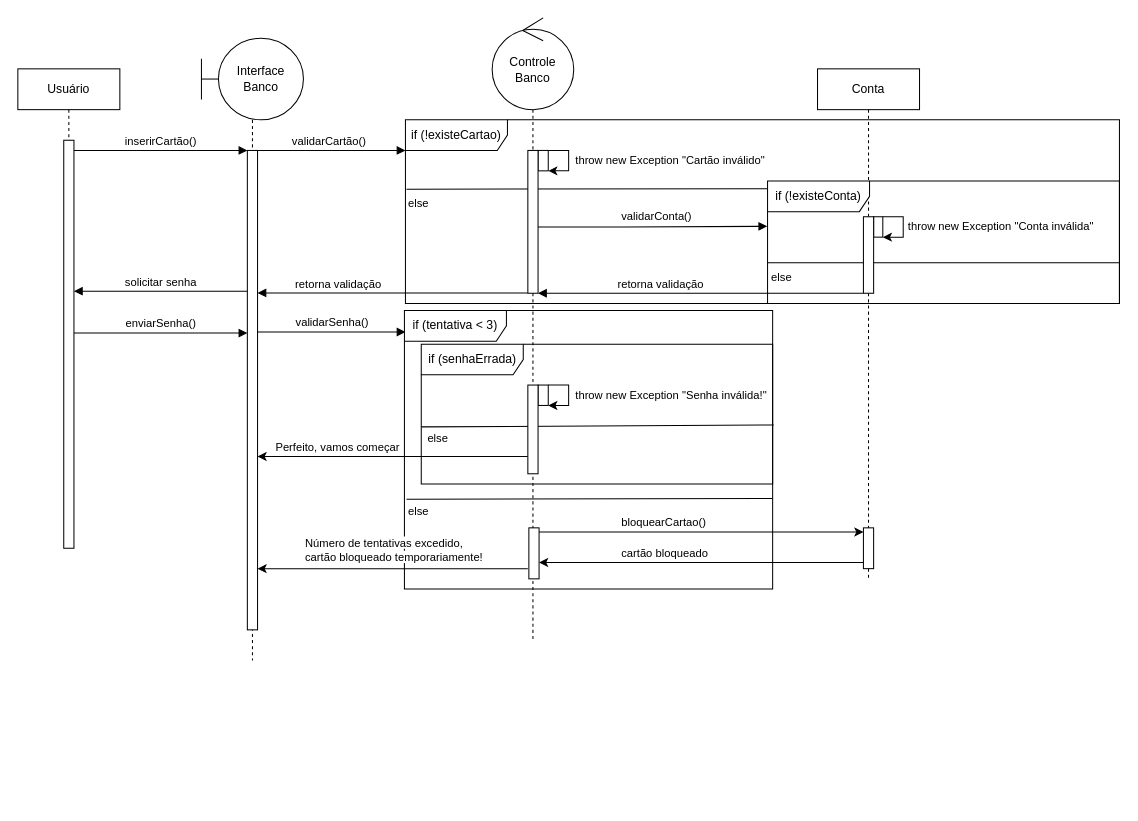
Earlier version of the draw.io diagram Analise de Sistemas/UML/Exercício diagrama de sequência.drawio (Sant-Thiago/Estudos). Source tidied: cells renumbered, new cells numbered last; positions are measured from the earlier drawing's top-left corner, leaving out a move shared by most shapes. Both pictures are drawn from the tidied source at 102%, with x=0, y=0 at pixel (17, 17).
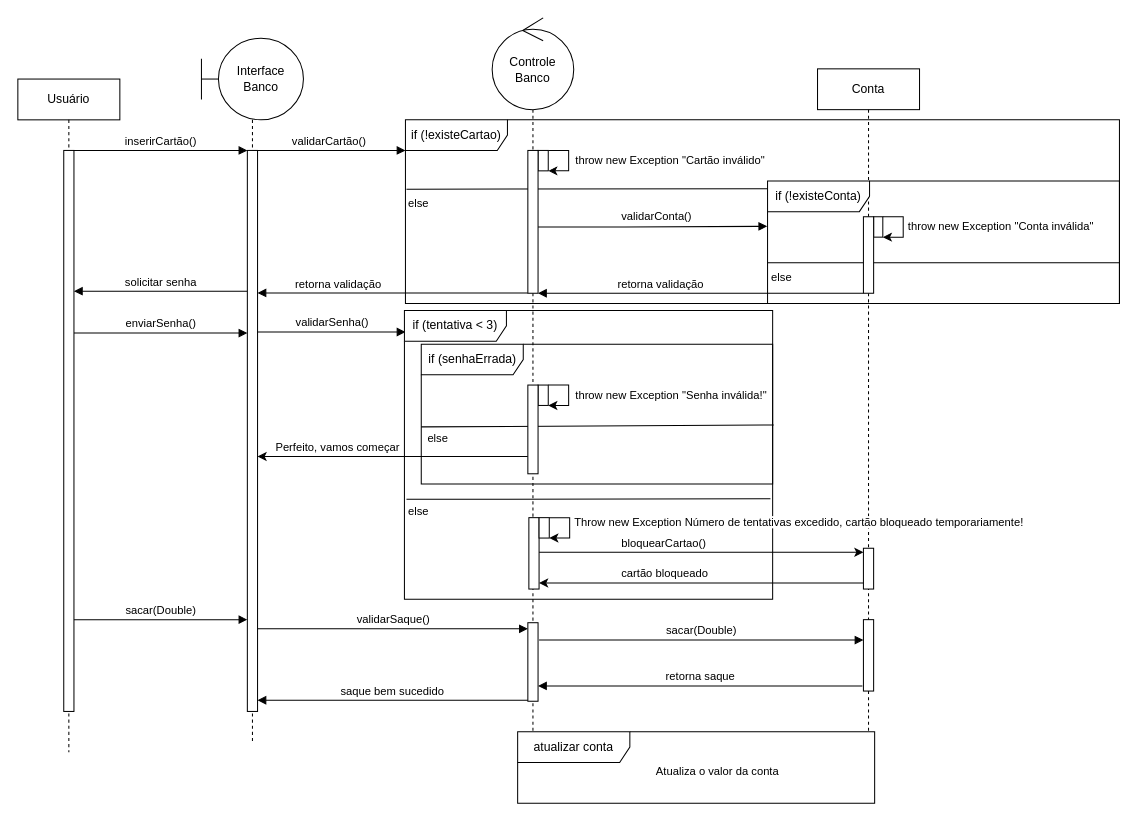
After the change.

Commit message:
Exercício diagrama de sequência finalizado.drawio

The change refers to these unchanged cells:
```xml
<mxCell id="24" value="Interface Banco" style="shape=umlBoundary;whiteSpace=wrap;html=1;" parent="1" vertex="1">
  <mxGeometry x="180" y="20" width="100" height="80" as="geometry" />
</mxCell>
<mxCell id="29" value="Controle Banco" style="ellipse;shape=umlControl;whiteSpace=wrap;html=1;" parent="1" vertex="1">
  <mxGeometry x="465" width="80" height="90" as="geometry" />
</mxCell>
```

Change to the diagram source:
```diff
@@
     <mxCell id="3" style="edgeStyle=orthogonalEdgeStyle;rounded=0;jettySize=auto;html=1;endArrow=none;endFill=0;dashed=1;" parent="1" edge="1" source="29">
       <mxGeometry relative="1" as="geometry">
-        <mxPoint x="505" y="610.8" as="targetPoint" />
+        <mxPoint x="505" y="720" as="targetPoint" />
       </mxGeometry>
     </mxCell>
     <mxCell id="4" value="Usuário" style="shape=umlLifeline;perimeter=lifelinePerimeter;whiteSpace=wrap;html=1;newEdgeStyle={&quot;edgeStyle&quot;:&quot;elbowEdgeStyle&quot;,&quot;elbow&quot;:&quot;vertical&quot;,&quot;curved&quot;:0,&quot;rounded&quot;:0};" parent="1" vertex="1">
-      <mxGeometry y="50" width="100" height="470" as="geometry" />
+      <mxGeometry y="60" width="100" height="660" as="geometry" />
     </mxCell>
     <mxCell id="5" style="html=1;points=[];perimeter=orthogonalPerimeter;outlineConnect=0;targetShapes=umlLifeline;portConstraint=eastwest;newEdgeStyle={&quot;edgeStyle&quot;:&quot;elbowEdgeStyle&quot;,&quot;elbow&quot;:&quot;vertical&quot;,&quot;curved&quot;:0,&quot;rounded&quot;:0};" parent="4" vertex="1">
-      <mxGeometry x="45" y="70" width="10" height="400" as="geometry" />
+      <mxGeometry x="45" y="70" width="10" height="550" as="geometry" />
     </mxCell>
@@
     <mxCell id="8" value="Conta" style="shape=umlLifeline;perimeter=lifelinePerimeter;whiteSpace=wrap;html=1;newEdgeStyle={&quot;edgeStyle&quot;:&quot;elbowEdgeStyle&quot;,&quot;elbow&quot;:&quot;vertical&quot;,&quot;curved&quot;:0,&quot;rounded&quot;:0};" parent="1" vertex="1">
-      <mxGeometry x="784" y="50" width="100" height="500" as="geometry" />
+      <mxGeometry x="784" y="50" width="100" height="650" as="geometry" />
     </mxCell>
+    <mxCell id="52" style="html=1;points=[];perimeter=orthogonalPerimeter;outlineConnect=0;targetShapes=umlLifeline;portConstraint=eastwest;newEdgeStyle={&quot;edgeStyle&quot;:&quot;elbowEdgeStyle&quot;,&quot;elbow&quot;:&quot;vertical&quot;,&quot;curved&quot;:0,&quot;rounded&quot;:0};" parent="8" vertex="1">
+      <mxGeometry x="45" y="540" width="10" height="70" as="geometry" />
+    </mxCell>
@@
     <mxCell id="23" style="edgeStyle=orthogonalEdgeStyle;rounded=0;jettySize=auto;html=1;dashed=1;endArrow=none;endFill=0;" parent="1" edge="1" source="24">
       <mxGeometry relative="1" as="geometry">
-        <mxPoint x="230" y="630" as="targetPoint" />
+        <mxPoint x="230" y="710" as="targetPoint" />
       </mxGeometry>
     </mxCell>
@@
     <mxCell id="25" style="html=1;points=[];perimeter=orthogonalPerimeter;outlineConnect=0;targetShapes=umlLifeline;portConstraint=eastwest;newEdgeStyle={&quot;edgeStyle&quot;:&quot;elbowEdgeStyle&quot;,&quot;elbow&quot;:&quot;vertical&quot;,&quot;curved&quot;:0,&quot;rounded&quot;:0};" parent="1" vertex="1">
-      <mxGeometry x="225" y="130" width="10" height="470" as="geometry" />
+      <mxGeometry x="225" y="130" width="10" height="550" as="geometry" />
     </mxCell>
@@
     <mxCell id="31" value="if (tentativa &amp;lt; 3)" style="shape=umlFrame;whiteSpace=wrap;html=1;width=100;height=30;" parent="1" vertex="1">
-      <mxGeometry x="379" y="287" width="361" height="273" as="geometry" />
+      <mxGeometry x="379" y="287" width="361" height="283" as="geometry" />
     </mxCell>
@@
-    <mxCell id="39" style="endArrow=none;html=1;rounded=0;exitX=1;exitY=0.675;exitDx=0;exitDy=0;exitPerimeter=0;entryX=0;entryY=0;entryDx=0;entryDy=0;" parent="1" edge="1" source="31">
+    <mxCell id="39" style="endArrow=none;html=1;rounded=0;exitX=0.994;exitY=0.652;exitDx=0;exitDy=0;exitPerimeter=0;entryX=0;entryY=0;entryDx=0;entryDy=0;" parent="1" edge="1" source="31">
       <mxGeometry relative="1" as="geometry">
         <mxPoint x="381" y="472" as="targetPoint" />
       </mxGeometry>
     </mxCell>
@@
     <mxCell id="41" style="html=1;perimeter=orthogonalPerimeter;targetShapes=umlLifeline;newEdgeStyle={&quot;edgeStyle&quot;:&quot;elbowEdgeStyle&quot;,&quot;elbow&quot;:&quot;vertical&quot;,&quot;curved&quot;:0,&quot;rounded&quot;:0};" parent="1" vertex="1">
-      <mxGeometry x="501" y="500" width="10" height="50" as="geometry" />
+      <mxGeometry x="501" y="490" width="10" height="70" as="geometry" />
     </mxCell>
-    <mxCell id="42" value="&lt;span style=&quot;color: rgb(0, 0, 0); font-family: Helvetica; font-size: 11px; font-style: normal; font-variant-ligatures: normal; font-variant-caps: normal; font-weight: 400; letter-spacing: normal; orphans: 2; text-align: center; text-indent: 0px; text-transform: none; widows: 2; word-spacing: 0px; -webkit-text-stroke-width: 0px; white-space: nowrap; background-color: rgb(255, 255, 255); text-decoration-thickness: initial; text-decoration-style: initial; text-decoration-color: initial; display: inline !important; float: none;&quot;&gt;Número de tentativas excedido,&amp;nbsp;&lt;/span&gt;&lt;div&gt;&lt;span style=&quot;background-color: rgb(255, 255, 255); font-size: 11px; text-align: center; text-wrap: nowrap;&quot;&gt;cartão bloqueado temporariamente!&lt;/span&gt;&lt;/div&gt;" style="text;whiteSpace=wrap;html=1;" parent="1" vertex="1">
-      <mxGeometry x="280" y="501" width="80" height="20" as="geometry" />
-    </mxCell>
     <mxCell id="43" style="edgeStyle=elbowEdgeStyle;rounded=0;orthogonalLoop=1;jettySize=auto;html=1;elbow=vertical;curved=0;" parent="1" edge="1">
       <mxGeometry relative="1" as="geometry">
-        <mxPoint x="511" y="504" as="sourcePoint" />
-        <mxPoint x="829" y="504" as="targetPoint" />
+        <mxPoint x="511" y="524" as="sourcePoint" />
+        <mxPoint x="829" y="524" as="targetPoint" />
         <Array as="points">
-          <mxPoint x="540" y="504" />
+          <mxPoint x="540" y="524" />
         </Array>
       </mxGeometry>
     </mxCell>
     <mxCell id="44" value="&lt;div style=&quot;text-align: center;&quot;&gt;&lt;span style=&quot;font-size: 11px; text-wrap: nowrap; background-color: rgb(255, 255, 255);&quot;&gt;bloquearCartao()&lt;/span&gt;&lt;/div&gt;" style="text;whiteSpace=wrap;html=1;" parent="1" vertex="1">
-      <mxGeometry x="590" y="481" width="80" height="20" as="geometry" />
+      <mxGeometry x="590" y="501" width="80" height="20" as="geometry" />
     </mxCell>
     <mxCell id="45" style="html=1;perimeter=orthogonalPerimeter;targetShapes=umlLifeline;newEdgeStyle={&quot;edgeStyle&quot;:&quot;elbowEdgeStyle&quot;,&quot;elbow&quot;:&quot;vertical&quot;,&quot;curved&quot;:0,&quot;rounded&quot;:0};" parent="1" vertex="1">
-      <mxGeometry x="829" y="500" width="10" height="40" as="geometry" />
+      <mxGeometry x="829" y="520" width="10" height="40" as="geometry" />
     </mxCell>
     <mxCell id="46" style="edgeStyle=elbowEdgeStyle;rounded=0;orthogonalLoop=1;jettySize=auto;html=1;elbow=vertical;curved=0;" parent="1" edge="1">
       <mxGeometry relative="1" as="geometry">
-        <mxPoint x="829" y="534" as="sourcePoint" />
-        <mxPoint x="511" y="534" as="targetPoint" />
+        <mxPoint x="829" y="554" as="sourcePoint" />
+        <mxPoint x="511" y="554" as="targetPoint" />
         <Array as="points">
-          <mxPoint x="540" y="534" />
+          <mxPoint x="540" y="554" />
         </Array>
       </mxGeometry>
     </mxCell>
     <mxCell id="47" value="&lt;div style=&quot;text-align: center;&quot;&gt;&lt;span style=&quot;font-size: 11px; text-wrap: nowrap; background-color: rgb(255, 255, 255);&quot;&gt;cartão bloqueado&lt;/span&gt;&lt;/div&gt;" style="text;whiteSpace=wrap;html=1;" parent="1" vertex="1">
-      <mxGeometry x="590" y="511" width="80" height="20" as="geometry" />
+      <mxGeometry x="590" y="531" width="80" height="20" as="geometry" />
     </mxCell>
-    <mxCell id="48" style="edgeStyle=elbowEdgeStyle;rounded=0;orthogonalLoop=1;jettySize=auto;html=1;elbow=vertical;curved=0;" parent="1" edge="1">
-      <mxGeometry relative="1" as="geometry">
-        <mxPoint x="500" y="540" as="sourcePoint" />
-        <mxPoint x="235" y="540" as="targetPoint" />
-        <Array as="points">
-          <mxPoint x="264" y="540" />
-        </Array>
-      </mxGeometry>
-    </mxCell>
@@
+    <mxCell id="53" value="&lt;span style=&quot;color: rgb(0, 0, 0); font-family: Helvetica; font-size: 11px; font-style: normal; font-variant-ligatures: normal; font-variant-caps: normal; font-weight: 400; letter-spacing: normal; orphans: 2; text-align: center; text-indent: 0px; text-transform: none; widows: 2; word-spacing: 0px; -webkit-text-stroke-width: 0px; white-space: nowrap; background-color: rgb(255, 255, 255); text-decoration-thickness: initial; text-decoration-style: initial; text-decoration-color: initial; display: inline !important; float: none;&quot;&gt;Throw new Exception Número de tentativas excedido,&amp;nbsp;&lt;/span&gt;&lt;span style=&quot;background-color: rgb(255, 255, 255); font-size: 11px; text-align: center; text-wrap: nowrap;&quot;&gt;cartão bloqueado temporariamente!&lt;/span&gt;" style="text;whiteSpace=wrap;html=1;" parent="1" vertex="1">
+      <mxGeometry x="544" y="481" width="80" height="20" as="geometry" />
+    </mxCell>
+    <mxCell id="54" style="html=1;points=[];perimeter=orthogonalPerimeter;outlineConnect=0;targetShapes=umlLifeline;portConstraint=eastwest;newEdgeStyle={&quot;edgeStyle&quot;:&quot;elbowEdgeStyle&quot;,&quot;elbow&quot;:&quot;vertical&quot;,&quot;curved&quot;:0,&quot;rounded&quot;:0};" parent="1" vertex="1">
+      <mxGeometry x="511" y="490" width="10" height="20" as="geometry" />
+    </mxCell>
+    <mxCell id="55" style="edgeStyle=elbowEdgeStyle;rounded=0;orthogonalLoop=1;jettySize=auto;html=1;elbow=vertical;curved=0;" parent="1" edge="1" source="54" target="54">
+      <mxGeometry relative="1" as="geometry" />
+    </mxCell>
+    <mxCell id="56" value="sacar(Double)" style="html=1;verticalAlign=bottom;endArrow=block;edgeStyle=elbowEdgeStyle;elbow=vertical;curved=0;rounded=0;" parent="1" edge="1">
+      <mxGeometry relative="1" as="geometry">
+        <mxPoint x="55" y="590" as="sourcePoint" />
+        <mxPoint x="225" y="590" as="targetPoint" />
+        <Array as="points">
+          <mxPoint x="140" y="590" />
+        </Array>
+      </mxGeometry>
+    </mxCell>
+    <mxCell id="57" value="validarSaque()" style="html=1;verticalAlign=bottom;endArrow=block;edgeStyle=elbowEdgeStyle;elbow=vertical;curved=0;rounded=0;" parent="1" edge="1" target="58">
+      <mxGeometry relative="1" as="geometry">
+        <mxPoint x="235" y="599" as="sourcePoint" />
+        <Array as="points">
+          <mxPoint x="320" y="599" />
+        </Array>
+      </mxGeometry>
+    </mxCell>
+    <mxCell id="58" style="html=1;points=[];perimeter=orthogonalPerimeter;outlineConnect=0;targetShapes=umlLifeline;portConstraint=eastwest;newEdgeStyle={&quot;edgeStyle&quot;:&quot;elbowEdgeStyle&quot;,&quot;elbow&quot;:&quot;vertical&quot;,&quot;curved&quot;:0,&quot;rounded&quot;:0};" parent="1" vertex="1">
+      <mxGeometry x="500" y="593" width="10" height="77" as="geometry" />
+    </mxCell>
+    <mxCell id="59" value="sacar(Double)" style="html=1;verticalAlign=bottom;endArrow=block;edgeStyle=elbowEdgeStyle;elbow=vertical;curved=0;rounded=0;" parent="1" edge="1" target="52">
+      <mxGeometry relative="1" as="geometry">
+        <mxPoint x="511" y="610" as="sourcePoint" />
+        <Array as="points">
+          <mxPoint x="596" y="610" />
+        </Array>
+      </mxGeometry>
+    </mxCell>
+    <mxCell id="60" value="retorna saque" style="html=1;verticalAlign=bottom;endArrow=block;edgeStyle=elbowEdgeStyle;elbow=vertical;curved=0;rounded=0;" parent="1" edge="1">
+      <mxGeometry relative="1" as="geometry">
+        <mxPoint x="828" y="655" as="sourcePoint" />
+        <mxPoint x="510" y="655" as="targetPoint" />
+        <Array as="points">
+          <mxPoint x="595" y="655" />
+        </Array>
+      </mxGeometry>
+    </mxCell>
+    <mxCell id="61" value="&lt;div style=&quot;text-align: center;&quot;&gt;&lt;span style=&quot;font-size: 11px; text-wrap: nowrap; background-color: rgb(255, 255, 255);&quot;&gt;Atualiza o valor da conta&lt;/span&gt;&lt;/div&gt;" style="text;whiteSpace=wrap;html=1;" parent="1" vertex="1">
+      <mxGeometry x="624" y="725" width="80" height="20" as="geometry" />
+    </mxCell>
+    <mxCell id="62" value="atualizar conta" style="shape=umlFrame;whiteSpace=wrap;html=1;width=110;height=30;" parent="1" vertex="1">
+      <mxGeometry x="490" y="700" width="350" height="70" as="geometry" />
+    </mxCell>
+    <mxCell id="63" value="saque bem sucedido" style="html=1;verticalAlign=bottom;endArrow=block;edgeStyle=elbowEdgeStyle;elbow=vertical;curved=0;rounded=0;" parent="1" edge="1">
+      <mxGeometry relative="1" as="geometry">
+        <mxPoint x="500" y="669" as="sourcePoint" />
+        <mxPoint x="235" y="669" as="targetPoint" />
+        <Array as="points">
+          <mxPoint x="320" y="669" />
+        </Array>
+      </mxGeometry>
+    </mxCell>
```
